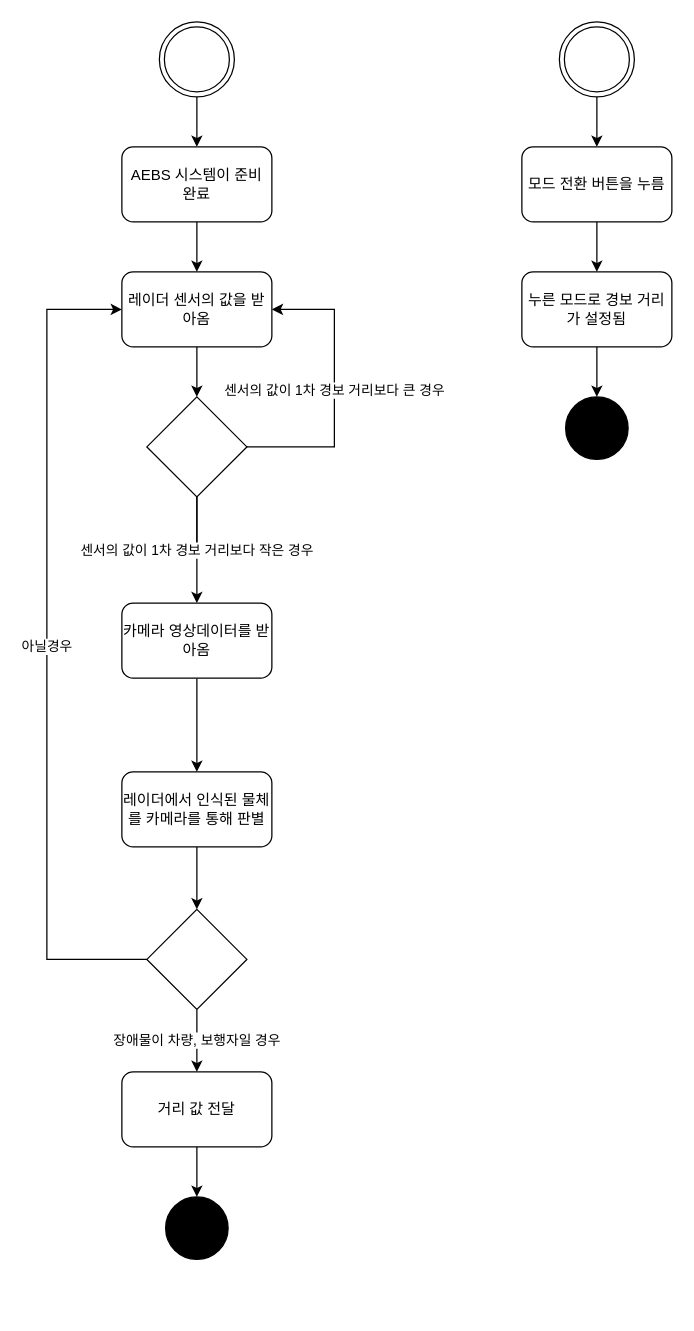
The draw.io diagram inSick.drawio in ONFFLine/Diagram, before the edit. Source tidied: cells renumbered, new cells numbered last; positions are measured from the earlier drawing's top-left corner, leaving out a move shared by most shapes. Both pictures are drawn from the tidied source at 125%, with x=0, y=0 at pixel (46, 21).
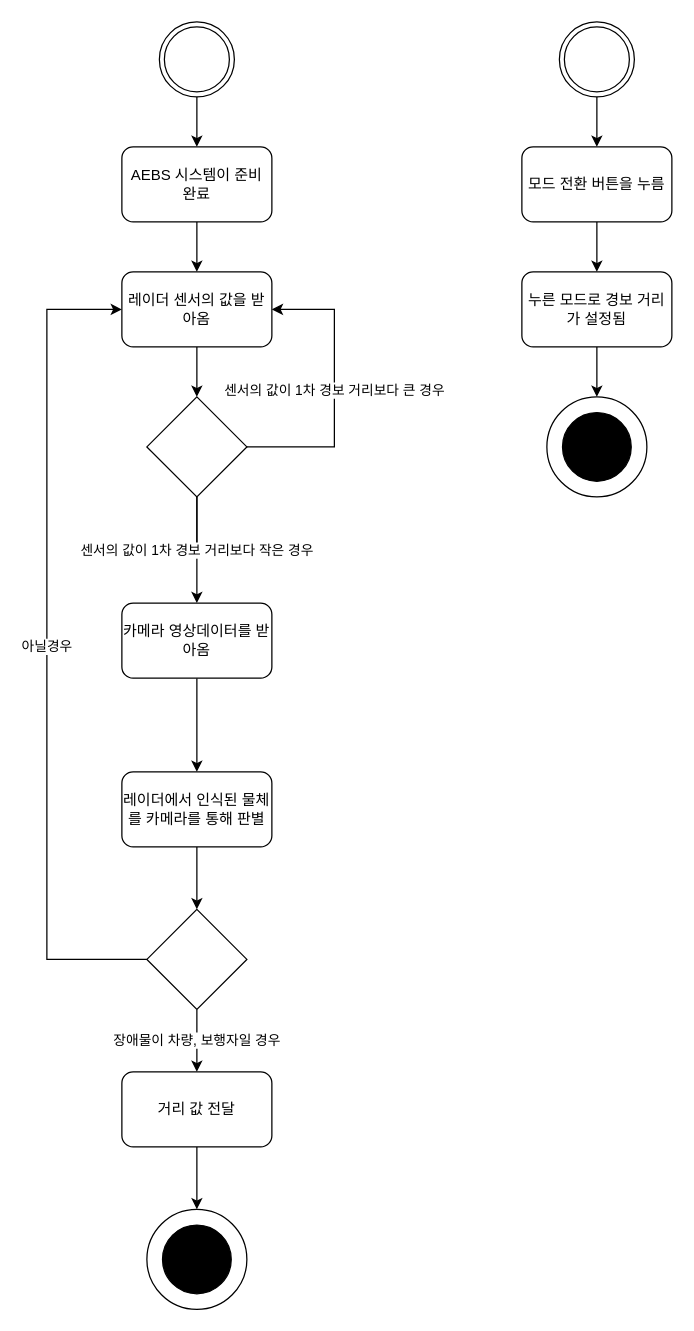
The same page after the edit.

Unchanged cells that the change refers to:
```xml
<mxCell id="17" value="누른 모드로 경보 거리가 설정됨" style="rounded=1;whiteSpace=wrap;html=1;" parent="1" vertex="1">
  <mxGeometry x="380" y="200" width="120" height="60" as="geometry" />
</mxCell>
<mxCell id="25" value="거리 값 전달" style="rounded=1;whiteSpace=wrap;html=1;" parent="1" vertex="1">
  <mxGeometry x="60" y="840" width="120" height="60" as="geometry" />
</mxCell>
```

What changed in the source:
```diff
@@
-    <mxCell id="16" style="edgeStyle=orthogonalEdgeStyle;rounded=0;jettySize=auto;html=1;" parent="1" edge="1" source="17" target="27">
-      <mxGeometry relative="1" as="geometry" />
-    </mxCell>
+    <mxCell id="29" style="edgeStyle=orthogonalEdgeStyle;rounded=0;jettySize=auto;html=1;entryX=0.5;entryY=0;entryDx=0;entryDy=0;" parent="1" edge="1" source="17" target="30">
+      <mxGeometry relative="1" as="geometry" />
+    </mxCell>
@@
-    <mxCell id="24" style="edgeStyle=orthogonalEdgeStyle;rounded=0;jettySize=auto;html=1;" parent="1" edge="1" source="25" target="28">
+    <mxCell id="24" style="edgeStyle=orthogonalEdgeStyle;rounded=0;jettySize=auto;html=1;" parent="1" edge="1" source="25" target="31">
       <mxGeometry relative="1" as="geometry" />
     </mxCell>
@@
+    <mxCell id="30" style="ellipse;whiteSpace=wrap;html=1;fillColor=#FFFFFF;" parent="1" vertex="1">
+      <mxGeometry x="400" y="300" width="80" height="80" as="geometry" />
+    </mxCell>
     <mxCell id="27" style="ellipse;whiteSpace=wrap;html=1;fillColor=#000000;" parent="1" vertex="1">
-      <mxGeometry x="415" y="300" width="50" height="50" as="geometry" />
+      <mxGeometry x="412.5" y="312.5" width="55" height="55" as="geometry" />
     </mxCell>
-    <mxCell id="28" style="ellipse;whiteSpace=wrap;html=1;fillColor=#000000;" parent="1" vertex="1">
-      <mxGeometry x="95" y="940" width="50" height="50" as="geometry" />
-    </mxCell>
+    <mxCell id="31" style="ellipse;whiteSpace=wrap;html=1;fillColor=#FFFFFF;" parent="1" vertex="1">
+      <mxGeometry x="80" y="950" width="80" height="80" as="geometry" />
+    </mxCell>
+    <mxCell id="32" style="ellipse;whiteSpace=wrap;html=1;fillColor=#000000;" parent="1" vertex="1">
+      <mxGeometry x="92.5" y="962.5" width="55" height="55" as="geometry" />
+    </mxCell>
```
